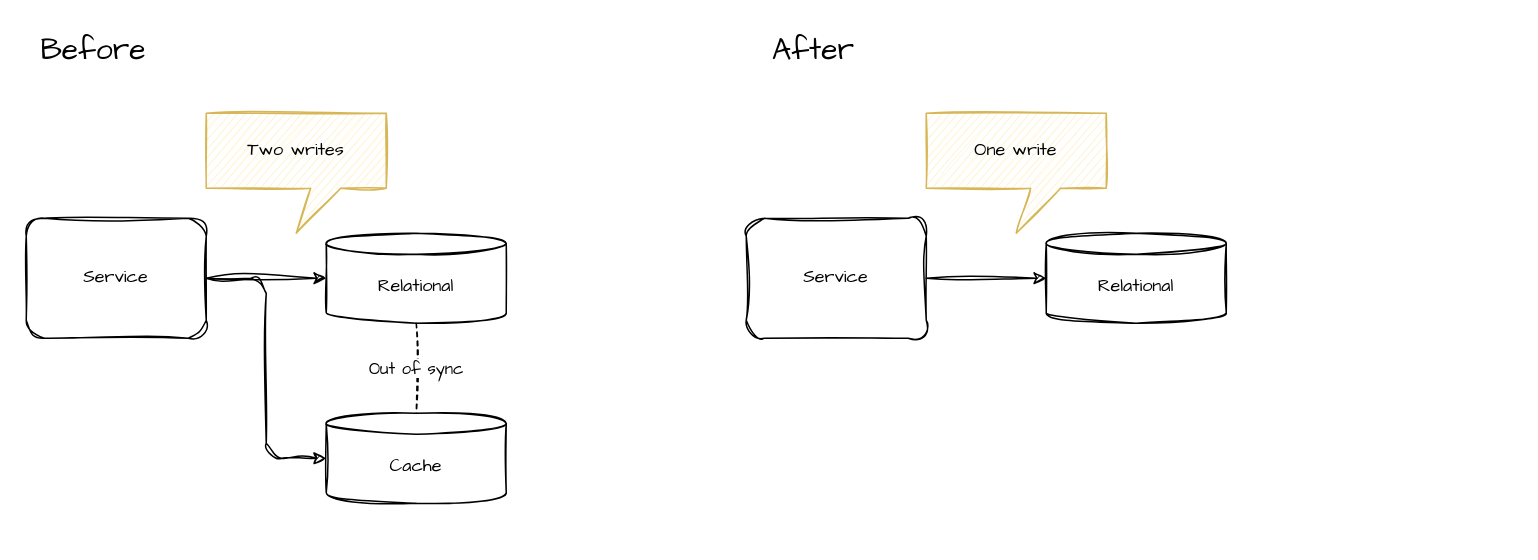
This is 004_unecessary_caching_tier/cache_coherence/diagram.drawio from codingconcepts/architecture-simplification, a draw.io file, before an edit. Source tidied: cells renumbered, new cells numbered last; positions are measured from the earlier drawing's top-left corner, leaving out a move shared by most shapes. Both pictures are drawn from the tidied source at 150%, with x=0, y=0 at pixel (26, 26).
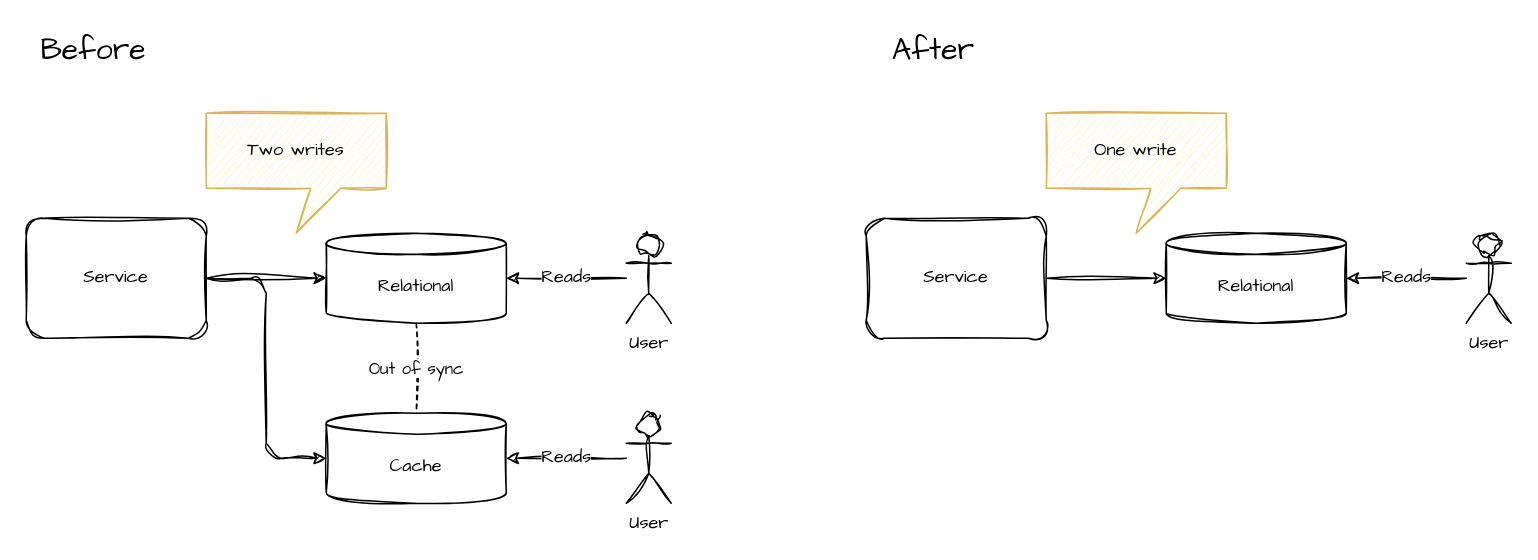
The same diagram, later.

The change refers to these unchanged cells:
```xml
<mxCell id="7" value="Relational" style="shape=cylinder3;whiteSpace=wrap;html=1;boundedLbl=1;backgroundOutline=1;size=7;sketch=1;fontFamily=Architects Daughter;fillColor=none;" parent="1" vertex="1">
  <mxGeometry x="200" y="138" width="120" height="60" as="geometry" />
</mxCell>
<mxCell id="8" value="Cache" style="shape=cylinder3;whiteSpace=wrap;html=1;boundedLbl=1;backgroundOutline=1;size=7;sketch=1;fontFamily=Architects Daughter;fillColor=none;" parent="1" vertex="1">
  <mxGeometry x="200" y="258" width="120" height="60" as="geometry" />
</mxCell>
```

The edit, as a diff of the source:
```diff
@@
     <mxCell id="11" value="Service" style="rounded=1;whiteSpace=wrap;html=1;sketch=1;curveFitting=1;jiggle=2;fillColor=none;fontFamily=Architects Daughter;verticalAlign=middle;" parent="1" vertex="1">
-      <mxGeometry x="480" y="128" width="120" height="80" as="geometry" />
+      <mxGeometry x="560" y="128" width="120" height="80" as="geometry" />
     </mxCell>
     <mxCell id="12" value="After" style="text;html=1;strokeColor=none;fillColor=none;align=center;verticalAlign=middle;whiteSpace=wrap;rounded=0;sketch=1;fontFamily=Architects Daughter;fontSize=20;" parent="1" vertex="1">
-      <mxGeometry x="480" width="90" height="30" as="geometry" />
+      <mxGeometry x="560" width="90" height="30" as="geometry" />
     </mxCell>
     <mxCell id="13" value="Relational" style="shape=cylinder3;whiteSpace=wrap;html=1;boundedLbl=1;backgroundOutline=1;size=7;sketch=1;fontFamily=Architects Daughter;fillColor=none;" parent="1" vertex="1">
-      <mxGeometry x="680" y="138" width="120" height="60" as="geometry" />
+      <mxGeometry x="760" y="138" width="120" height="60" as="geometry" />
     </mxCell>
     <mxCell id="14" value="One write" style="shape=callout;whiteSpace=wrap;html=1;perimeter=calloutPerimeter;sketch=1;fontFamily=Architects Daughter;fillColor=#fff2cc;size=30;position=0.58;strokeColor=#d6b656;" parent="1" vertex="1">
-      <mxGeometry x="600" y="58" width="120" height="80" as="geometry" />
+      <mxGeometry x="680" y="58" width="120" height="80" as="geometry" />
     </mxCell>
+    <mxCell id="15" value="Reads" style="edgeStyle=none;sketch=1;hachureGap=4;jiggle=2;curveFitting=1;html=1;fontFamily=Architects Daughter;fontSize=12;" parent="1" edge="1" source="16" target="8">
+      <mxGeometry relative="1" as="geometry" />
+    </mxCell>
+    <mxCell id="16" value="User" style="shape=umlActor;verticalLabelPosition=bottom;verticalAlign=top;html=1;outlineConnect=0;sketch=1;hachureGap=4;jiggle=2;curveFitting=1;fontFamily=Architects Daughter;fontSize=12;" parent="1" vertex="1">
+      <mxGeometry x="400" y="258" width="30" height="60" as="geometry" />
+    </mxCell>
+    <mxCell id="17" value="Reads" style="edgeStyle=none;sketch=1;hachureGap=4;jiggle=2;curveFitting=1;html=1;fontFamily=Architects Daughter;fontSize=12;" parent="1" edge="1" source="18" target="7">
+      <mxGeometry relative="1" as="geometry" />
+    </mxCell>
+    <mxCell id="18" value="User" style="shape=umlActor;verticalLabelPosition=bottom;verticalAlign=top;html=1;outlineConnect=0;sketch=1;hachureGap=4;jiggle=2;curveFitting=1;fontFamily=Architects Daughter;fontSize=12;" parent="1" vertex="1">
+      <mxGeometry x="400" y="138" width="30" height="60" as="geometry" />
+    </mxCell>
+    <mxCell id="19" value="Reads" style="edgeStyle=none;sketch=1;hachureGap=4;jiggle=2;curveFitting=1;html=1;fontFamily=Architects Daughter;fontSize=12;" parent="1" edge="1" source="20" target="13">
+      <mxGeometry relative="1" as="geometry" />
+    </mxCell>
+    <mxCell id="20" value="User" style="shape=umlActor;verticalLabelPosition=bottom;verticalAlign=top;html=1;outlineConnect=0;sketch=1;hachureGap=4;jiggle=2;curveFitting=1;fontFamily=Architects Daughter;fontSize=12;" parent="1" vertex="1">
+      <mxGeometry x="960" y="138" width="30" height="60" as="geometry" />
+    </mxCell>
```
